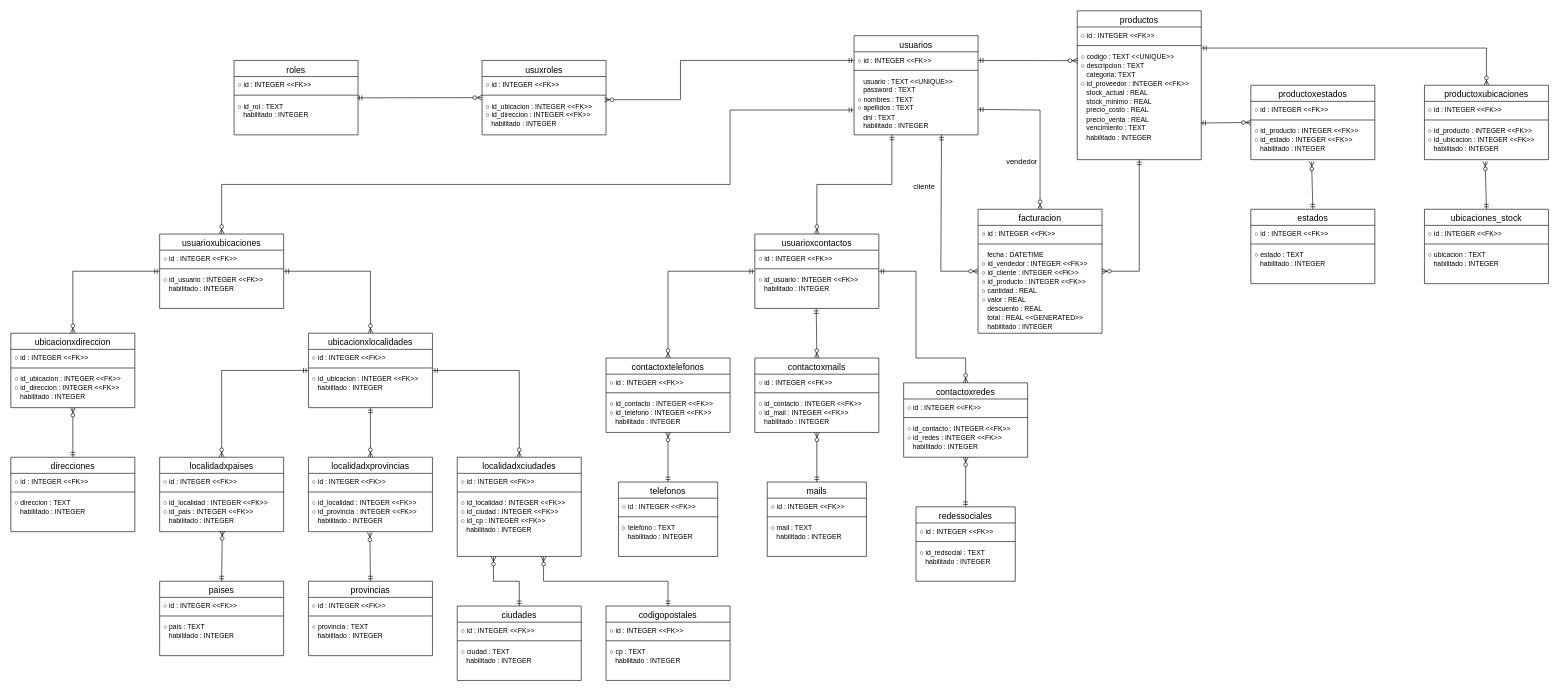
Earlier version of the draw.io diagram iteracion_08/diagramas/diagrama_esquema_sql.drawio (CFP-Nro-404-Curso-Python/FRANKIE_GESTOR). Source tidied: cells renumbered, new cells numbered last; positions are measured from the earlier drawing's top-left corner, leaving out a move shared by most shapes. Both pictures are drawn from the tidied source at 62%, with x=0, y=0 at pixel (11, 11).
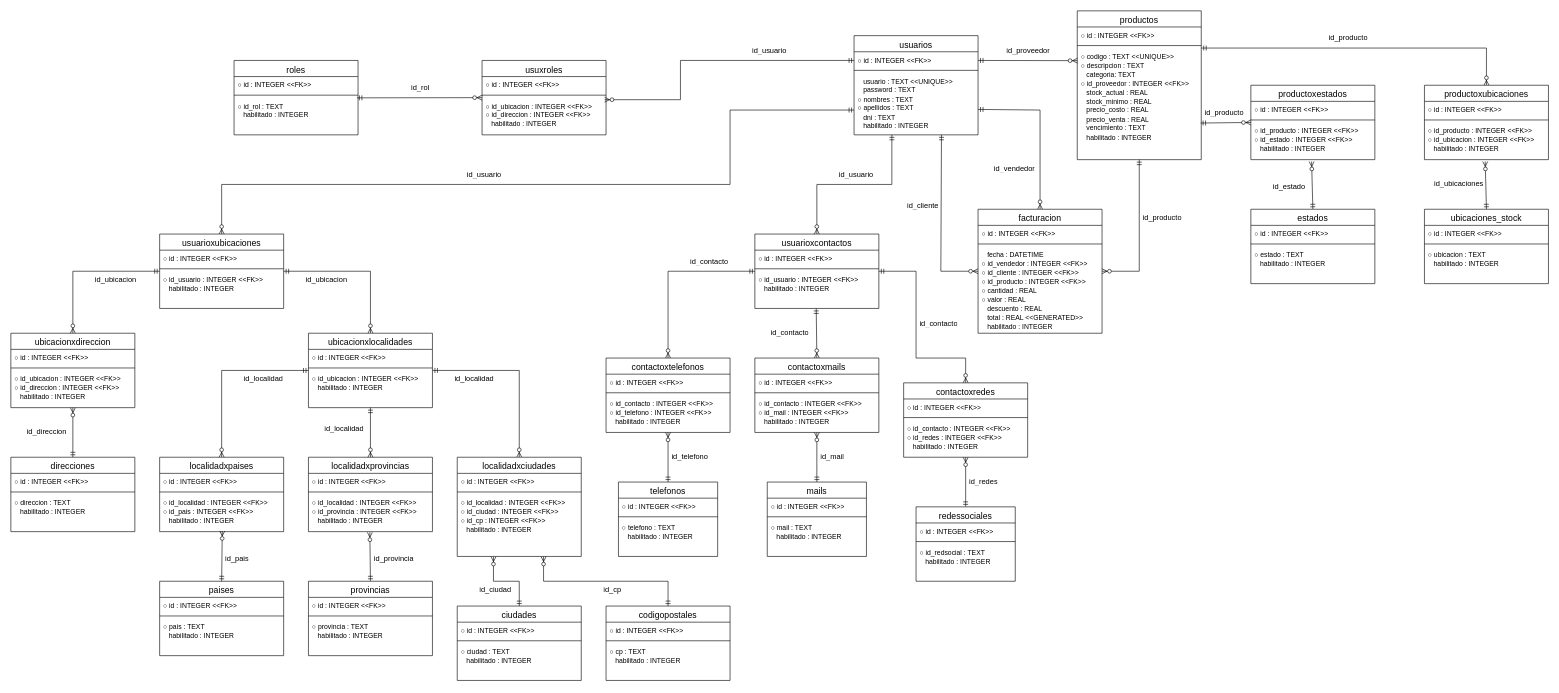
Above is the later version.

Commit message:
Actualización diagrama

Actualización de diagrama_esquema_sql.drawio agregando detalles.

Change to the diagram source:
```diff
@@
-    <mxCell id="16" value="cliente" style="text;strokeColor=none;fillColor=none;spacingLeft=4;spacingRight=4;overflow=hidden;fontSize=12;whiteSpace=wrap;html=1;" parent="1" vertex="1">
-      <mxGeometry x="1450" y="270" width="50" height="30" as="geometry" />
+    <mxCell id="16" value="id_cliente" style="text;strokeColor=none;fillColor=none;spacingLeft=4;spacingRight=4;overflow=hidden;fontSize=12;whiteSpace=wrap;html=1;" parent="1" vertex="1">
+      <mxGeometry x="1440" y="300" width="60" height="30" as="geometry" />
     </mxCell>
@@
-    <mxCell id="21" value="vendedor" style="text;strokeColor=none;fillColor=none;spacingLeft=4;spacingRight=4;overflow=hidden;fontSize=12;whiteSpace=wrap;html=1;" parent="1" vertex="1">
-      <mxGeometry x="1600" y="230" width="60" height="30" as="geometry" />
+    <mxCell id="21" value="id_vendedor" style="text;strokeColor=none;fillColor=none;spacingLeft=4;spacingRight=4;overflow=hidden;fontSize=12;whiteSpace=wrap;html=1;" parent="1" vertex="1">
+      <mxGeometry x="1580" y="240" width="80" height="30" as="geometry" />
     </mxCell>
@@
+    <mxCell id="140" value="id_usuario" style="text;strokeColor=none;fillColor=none;spacingLeft=4;spacingRight=4;overflow=hidden;fontSize=12;whiteSpace=wrap;html=1;" parent="1" vertex="1">
+      <mxGeometry x="730" y="250" width="70" height="30" as="geometry" />
+    </mxCell>
+    <mxCell id="141" value="id_direccion" style="text;strokeColor=none;fillColor=none;spacingLeft=4;spacingRight=4;overflow=hidden;fontSize=12;whiteSpace=wrap;html=1;" parent="1" vertex="1">
+      <mxGeometry x="20" y="665" width="80" height="30" as="geometry" />
+    </mxCell>
+    <mxCell id="142" value="id_usuario" style="text;strokeColor=none;fillColor=none;spacingLeft=4;spacingRight=4;overflow=hidden;fontSize=12;whiteSpace=wrap;html=1;" parent="1" vertex="1">
+      <mxGeometry x="1190" y="50" width="70" height="30" as="geometry" />
+    </mxCell>
+    <mxCell id="143" value="id_rol" style="text;strokeColor=none;fillColor=none;spacingLeft=4;spacingRight=4;overflow=hidden;fontSize=12;whiteSpace=wrap;html=1;" parent="1" vertex="1">
+      <mxGeometry x="640" y="110" width="40" height="30" as="geometry" />
+    </mxCell>
+    <mxCell id="144" value="id_usuario" style="text;strokeColor=none;fillColor=none;spacingLeft=4;spacingRight=4;overflow=hidden;fontSize=12;whiteSpace=wrap;html=1;" parent="1" vertex="1">
+      <mxGeometry x="1330" y="250" width="70" height="30" as="geometry" />
+    </mxCell>
+    <mxCell id="145" value="id_proveedor" style="text;strokeColor=none;fillColor=none;spacingLeft=4;spacingRight=4;overflow=hidden;fontSize=12;whiteSpace=wrap;html=1;" parent="1" vertex="1">
+      <mxGeometry x="1600" y="50" width="80" height="30" as="geometry" />
+    </mxCell>
+    <mxCell id="146" value="id_producto" style="text;strokeColor=none;fillColor=none;spacingLeft=4;spacingRight=4;overflow=hidden;fontSize=12;whiteSpace=wrap;html=1;" parent="1" vertex="1">
+      <mxGeometry x="1920" y="150" width="80" height="30" as="geometry" />
+    </mxCell>
+    <mxCell id="147" value="id_producto" style="text;strokeColor=none;fillColor=none;spacingLeft=4;spacingRight=4;overflow=hidden;fontSize=12;whiteSpace=wrap;html=1;" parent="1" vertex="1">
+      <mxGeometry x="1820" y="320" width="80" height="30" as="geometry" />
+    </mxCell>
+    <mxCell id="148" value="id_estado" style="text;strokeColor=none;fillColor=none;spacingLeft=4;spacingRight=4;overflow=hidden;fontSize=12;whiteSpace=wrap;html=1;" parent="1" vertex="1">
+      <mxGeometry x="2030" y="270" width="70" height="30" as="geometry" />
+    </mxCell>
+    <mxCell id="149" value="id_producto" style="text;strokeColor=none;fillColor=none;spacingLeft=4;spacingRight=4;overflow=hidden;fontSize=12;whiteSpace=wrap;html=1;" parent="1" vertex="1">
+      <mxGeometry x="2120" y="30" width="80" height="30" as="geometry" />
+    </mxCell>
+    <mxCell id="150" value="id_ubicaciones" style="text;strokeColor=none;fillColor=none;spacingLeft=4;spacingRight=4;overflow=hidden;fontSize=12;whiteSpace=wrap;html=1;" parent="1" vertex="1">
+      <mxGeometry x="2290" y="265" width="90" height="30" as="geometry" />
+    </mxCell>
+    <mxCell id="151" value="id_contacto" style="text;strokeColor=none;fillColor=none;spacingLeft=4;spacingRight=4;overflow=hidden;fontSize=12;whiteSpace=wrap;html=1;" parent="1" vertex="1">
+      <mxGeometry x="1090" y="390" width="80" height="30" as="geometry" />
+    </mxCell>
+    <mxCell id="152" value="id_contacto" style="text;strokeColor=none;fillColor=none;spacingLeft=4;spacingRight=4;overflow=hidden;fontSize=12;whiteSpace=wrap;html=1;" parent="1" vertex="1">
+      <mxGeometry x="1220" y="505" width="80" height="30" as="geometry" />
+    </mxCell>
+    <mxCell id="153" value="id_contacto" style="text;strokeColor=none;fillColor=none;spacingLeft=4;spacingRight=4;overflow=hidden;fontSize=12;whiteSpace=wrap;html=1;" parent="1" vertex="1">
+      <mxGeometry x="1460" y="490" width="80" height="30" as="geometry" />
+    </mxCell>
+    <mxCell id="154" value="id_redes" style="text;strokeColor=none;fillColor=none;spacingLeft=4;spacingRight=4;overflow=hidden;fontSize=12;whiteSpace=wrap;html=1;" parent="1" vertex="1">
+      <mxGeometry x="1540" y="745" width="60" height="30" as="geometry" />
+    </mxCell>
+    <mxCell id="155" value="id_mail" style="text;strokeColor=none;fillColor=none;spacingLeft=4;spacingRight=4;overflow=hidden;fontSize=12;whiteSpace=wrap;html=1;" parent="1" vertex="1">
+      <mxGeometry x="1300" y="705" width="50" height="30" as="geometry" />
+    </mxCell>
+    <mxCell id="156" value="id_telefono" style="text;strokeColor=none;fillColor=none;spacingLeft=4;spacingRight=4;overflow=hidden;fontSize=12;whiteSpace=wrap;html=1;" parent="1" vertex="1">
+      <mxGeometry x="1060" y="705" width="70" height="30" as="geometry" />
+    </mxCell>
+    <mxCell id="157" value="id_ubicacion" style="text;strokeColor=none;fillColor=none;spacingLeft=4;spacingRight=4;overflow=hidden;fontSize=12;whiteSpace=wrap;html=1;" parent="1" vertex="1">
+      <mxGeometry x="130" y="420" width="80" height="30" as="geometry" />
+    </mxCell>
+    <mxCell id="158" value="id_ubicacion" style="text;strokeColor=none;fillColor=none;spacingLeft=4;spacingRight=4;overflow=hidden;fontSize=12;whiteSpace=wrap;html=1;" parent="1" vertex="1">
+      <mxGeometry x="470" y="420" width="80" height="30" as="geometry" />
+    </mxCell>
+    <mxCell id="159" value="id_localidad" style="text;strokeColor=none;fillColor=none;spacingLeft=4;spacingRight=4;overflow=hidden;fontSize=12;whiteSpace=wrap;html=1;" parent="1" vertex="1">
+      <mxGeometry x="500" y="660" width="80" height="30" as="geometry" />
+    </mxCell>
+    <mxCell id="160" value="id_localidad" style="text;strokeColor=none;fillColor=none;spacingLeft=4;spacingRight=4;overflow=hidden;fontSize=12;whiteSpace=wrap;html=1;" parent="1" vertex="1">
+      <mxGeometry x="370" y="580" width="80" height="30" as="geometry" />
+    </mxCell>
+    <mxCell id="161" value="id_localidad" style="text;strokeColor=none;fillColor=none;spacingLeft=4;spacingRight=4;overflow=hidden;fontSize=12;whiteSpace=wrap;html=1;" parent="1" vertex="1">
+      <mxGeometry x="710" y="580" width="80" height="30" as="geometry" />
+    </mxCell>
+    <mxCell id="162" value="id_ciudad" style="text;strokeColor=none;fillColor=none;spacingLeft=4;spacingRight=4;overflow=hidden;fontSize=12;whiteSpace=wrap;html=1;" parent="1" vertex="1">
+      <mxGeometry x="750" y="920" width="70" height="30" as="geometry" />
+    </mxCell>
+    <mxCell id="163" value="id_provincia" style="text;strokeColor=none;fillColor=none;spacingLeft=4;spacingRight=4;overflow=hidden;fontSize=12;whiteSpace=wrap;html=1;" parent="1" vertex="1">
+      <mxGeometry x="580" y="870" width="80" height="30" as="geometry" />
+    </mxCell>
+    <mxCell id="164" value="id_cp" style="text;strokeColor=none;fillColor=none;spacingLeft=4;spacingRight=4;overflow=hidden;fontSize=12;whiteSpace=wrap;html=1;" parent="1" vertex="1">
+      <mxGeometry x="950" y="920" width="40" height="30" as="geometry" />
+    </mxCell>
+    <mxCell id="165" value="id_pais" style="text;strokeColor=none;fillColor=none;spacingLeft=4;spacingRight=4;overflow=hidden;fontSize=12;whiteSpace=wrap;html=1;" parent="1" vertex="1">
+      <mxGeometry x="340" y="870" width="50" height="30" as="geometry" />
+    </mxCell>
```
